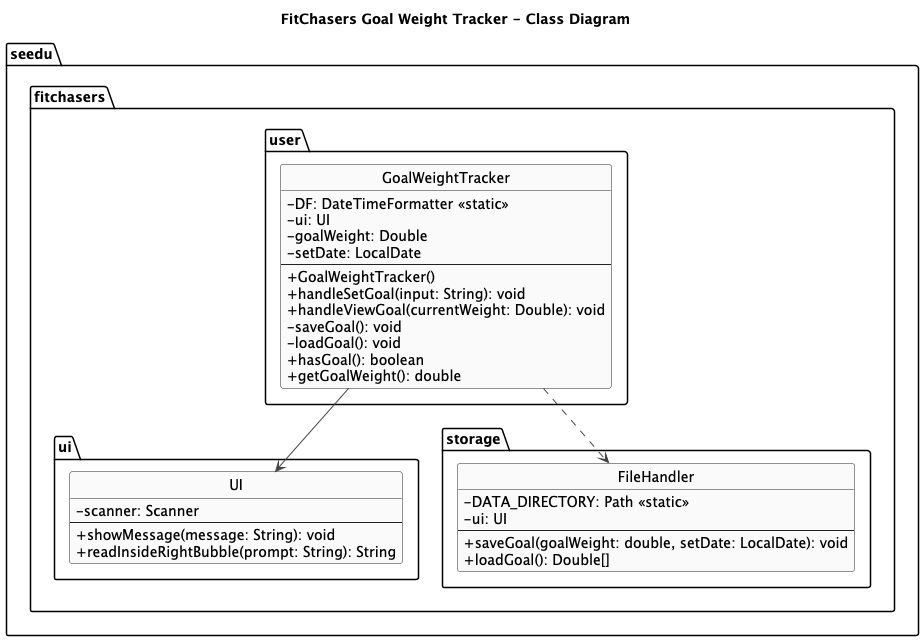
The PlantUML diagram docs/diagrams/GoalWeightTracker_Class_Diagram.png in Exceptional-Khoi/tp, before a commit.
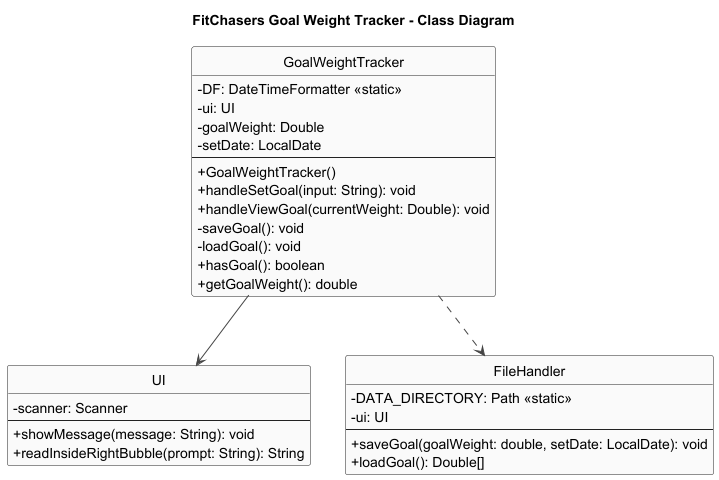
Above is the later version.

The edit, as a diff of the source:
```diff
@@ -10,40 +10,34 @@
 hide circle
 hide stereotype
 
-package "seedu.fitchasers.user" {
-  class GoalWeightTracker {
-    -DF: DateTimeFormatter <<static>>
-    -ui: UI
-    -goalWeight: Double
-    -setDate: LocalDate
-    --
-    +GoalWeightTracker()
-    +handleSetGoal(input: String): void
-    +handleViewGoal(currentWeight: Double): void
-    -saveGoal(): void
-    -loadGoal(): void
-    +hasGoal(): boolean
-    +getGoalWeight(): double
-  }
+class GoalWeightTracker {
+-DF: DateTimeFormatter <<static>>
+-ui: UI
+-goalWeight: Double
+-setDate: LocalDate
+--
++GoalWeightTracker()
++handleSetGoal(input: String): void
++handleViewGoal(currentWeight: Double): void
+-saveGoal(): void
+-loadGoal(): void
++hasGoal(): boolean
++getGoalWeight(): double
 }
 
-package "seedu.fitchasers.ui" {
-  class UI {
-    -scanner: Scanner
-    --
-    +showMessage(message: String): void
-    +readInsideRightBubble(prompt: String): String
-  }
+class UI {
+-scanner: Scanner
+--
++showMessage(message: String): void
++readInsideRightBubble(prompt: String): String
 }
 
-package "seedu.fitchasers.storage" {
-  class FileHandler {
-    -DATA_DIRECTORY: Path <<static>>
-    -ui: UI
-    --
-    +saveGoal(goalWeight: double, setDate: LocalDate): void
-    +loadGoal(): Double[]
-  }
+class FileHandler {
+-DATA_DIRECTORY: Path <<static>>
+-ui: UI
+--
++saveGoal(goalWeight: double, setDate: LocalDate): void
++loadGoal(): Double[]
 }
 
 GoalWeightTracker --> UI
```
